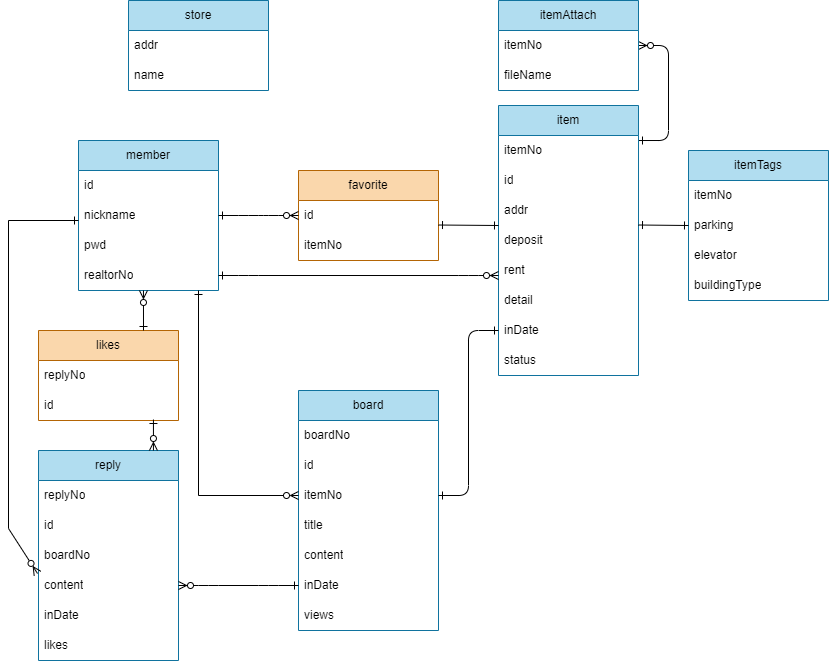
HwansooLee/WantedRoom keeps this draw.io diagram as Web_final/presentation/erd.png. Above is the earlier version. Source tidied: cells renumbered, new cells last; positions are measured from the earlier drawing's top-left corner, leaving out a move shared by most shapes.
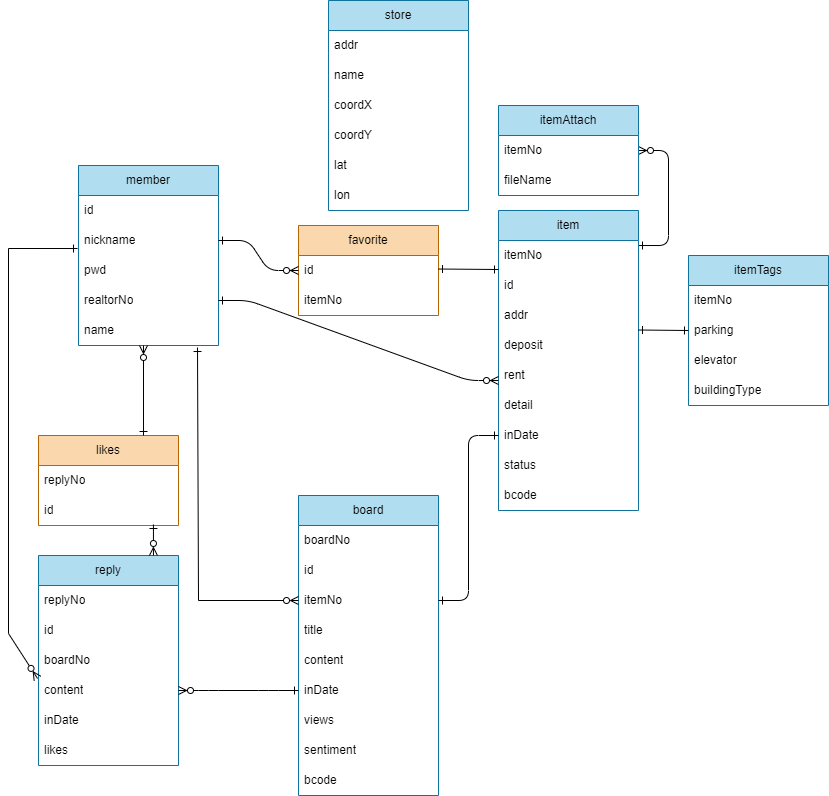
The same diagram one commit later.

The edit, as a diff of the source:
```diff
@@ -13,7 +13,7 @@
       </mxGeometry>
     </mxCell>
     <mxCell id="3" value="member" style="swimlane;fontStyle=0;horizontal=1;startSize=30;whiteSpace=wrap;html=1;fillColor=#b1ddf0;strokeColor=#10739e;" parent="1" vertex="1">
-      <mxGeometry x="87" y="140" width="140" height="150" as="geometry" />
+      <mxGeometry x="87" y="60" width="140" height="180" as="geometry" />
     </mxCell>
     <mxCell id="4" value="id" style="text;strokeColor=none;fillColor=none;align=left;verticalAlign=middle;spacingLeft=4;spacingRight=4;overflow=hidden;whiteSpace=wrap;html=1;" parent="3" vertex="1">
       <mxGeometry y="30" width="140" height="30" as="geometry" />
@@ -27,8 +27,11 @@
     <mxCell id="7" value="realtorNo" style="text;strokeColor=none;fillColor=none;align=left;verticalAlign=middle;spacingLeft=4;spacingRight=4;overflow=hidden;points=[[0,0.5],[1,0.5]];portConstraint=eastwest;whiteSpace=wrap;html=1;" parent="3" vertex="1">
       <mxGeometry y="120" width="140" height="30" as="geometry" />
     </mxCell>
+    <mxCell id="59" value="name" style="text;strokeColor=none;fillColor=none;align=left;verticalAlign=middle;spacingLeft=4;spacingRight=4;overflow=hidden;points=[[0,0.5],[1,0.5]];portConstraint=eastwest;whiteSpace=wrap;html=1;" parent="3" vertex="1">
+      <mxGeometry y="150" width="140" height="30" as="geometry" />
+    </mxCell>
     <mxCell id="8" value="item" style="swimlane;fontStyle=0;horizontal=1;startSize=30;whiteSpace=wrap;html=1;fillColor=#b1ddf0;strokeColor=#10739e;" parent="1" vertex="1">
-      <mxGeometry x="507" y="105" width="140" height="270" as="geometry" />
+      <mxGeometry x="507" y="105" width="140" height="300" as="geometry" />
     </mxCell>
     <mxCell id="9" value="itemNo" style="text;strokeColor=none;fillColor=none;align=left;verticalAlign=middle;spacingLeft=4;spacingRight=4;overflow=hidden;points=[[0,0.5],[1,0.5]];portConstraint=eastwest;whiteSpace=wrap;html=1;" parent="8" vertex="1">
       <mxGeometry y="30" width="140" height="30" as="geometry" />
@@ -54,6 +57,9 @@
     <mxCell id="16" value="status" style="text;strokeColor=none;fillColor=none;align=left;verticalAlign=middle;spacingLeft=4;spacingRight=4;overflow=hidden;whiteSpace=wrap;html=1;" parent="8" vertex="1">
       <mxGeometry y="240" width="140" height="30" as="geometry" />
     </mxCell>
+    <mxCell id="60" value="bcode" style="text;strokeColor=none;fillColor=none;align=left;verticalAlign=middle;spacingLeft=4;spacingRight=4;overflow=hidden;whiteSpace=wrap;html=1;" parent="8" vertex="1">
+      <mxGeometry y="270" width="140" height="30" as="geometry" />
+    </mxCell>
     <mxCell id="17" value="itemAttach" style="swimlane;fontStyle=0;horizontal=1;startSize=30;whiteSpace=wrap;html=1;fillColor=#b1ddf0;strokeColor=#10739e;" parent="1" vertex="1">
       <mxGeometry x="507" width="140" height="90" as="geometry" />
     </mxCell>
@@ -79,7 +85,7 @@
       <mxGeometry y="120" width="140" height="30" as="geometry" />
     </mxCell>
     <mxCell id="25" value="store" style="swimlane;fontStyle=0;horizontal=1;startSize=30;whiteSpace=wrap;html=1;fillColor=#b1ddf0;strokeColor=#10739e;" parent="1" vertex="1">
-      <mxGeometry x="137" width="140" height="90" as="geometry" />
+      <mxGeometry x="337" y="-105" width="140" height="210" as="geometry" />
     </mxCell>
     <mxCell id="26" value="addr" style="text;strokeColor=none;fillColor=none;align=left;verticalAlign=middle;spacingLeft=4;spacingRight=4;overflow=hidden;whiteSpace=wrap;html=1;" parent="25" vertex="1">
       <mxGeometry y="30" width="140" height="30" as="geometry" />
@@ -87,8 +93,20 @@
     <mxCell id="27" value="name" style="text;strokeColor=none;fillColor=none;align=left;verticalAlign=middle;spacingLeft=4;spacingRight=4;overflow=hidden;whiteSpace=wrap;html=1;" parent="25" vertex="1">
       <mxGeometry y="60" width="140" height="30" as="geometry" />
     </mxCell>
+    <mxCell id="61" value="coordX" style="text;strokeColor=none;fillColor=none;align=left;verticalAlign=middle;spacingLeft=4;spacingRight=4;overflow=hidden;whiteSpace=wrap;html=1;" parent="25" vertex="1">
+      <mxGeometry y="90" width="140" height="30" as="geometry" />
+    </mxCell>
+    <mxCell id="62" value="coordY" style="text;strokeColor=none;fillColor=none;align=left;verticalAlign=middle;spacingLeft=4;spacingRight=4;overflow=hidden;whiteSpace=wrap;html=1;" parent="25" vertex="1">
+      <mxGeometry y="120" width="140" height="30" as="geometry" />
+    </mxCell>
+    <mxCell id="63" value="lat" style="text;strokeColor=none;fillColor=none;align=left;verticalAlign=middle;spacingLeft=4;spacingRight=4;overflow=hidden;whiteSpace=wrap;html=1;" parent="25" vertex="1">
+      <mxGeometry y="150" width="140" height="30" as="geometry" />
+    </mxCell>
+    <mxCell id="64" value="lon" style="text;strokeColor=none;fillColor=none;align=left;verticalAlign=middle;spacingLeft=4;spacingRight=4;overflow=hidden;whiteSpace=wrap;html=1;" parent="25" vertex="1">
+      <mxGeometry y="180" width="140" height="30" as="geometry" />
+    </mxCell>
     <mxCell id="28" value="board" style="swimlane;fontStyle=0;horizontal=1;startSize=30;whiteSpace=wrap;html=1;fillColor=#b1ddf0;strokeColor=#10739e;" parent="1" vertex="1">
-      <mxGeometry x="307" y="390" width="140" height="240" as="geometry" />
+      <mxGeometry x="307" y="390" width="140" height="300" as="geometry" />
     </mxCell>
     <mxCell id="29" value="boardNo" style="text;strokeColor=none;fillColor=none;align=left;verticalAlign=middle;spacingLeft=4;spacingRight=4;overflow=hidden;whiteSpace=wrap;html=1;" parent="28" vertex="1">
       <mxGeometry y="30" width="140" height="30" as="geometry" />
@@ -111,6 +129,12 @@
     <mxCell id="35" value="views" style="text;strokeColor=none;fillColor=none;align=left;verticalAlign=middle;spacingLeft=4;spacingRight=4;overflow=hidden;whiteSpace=wrap;html=1;" parent="28" vertex="1">
       <mxGeometry y="210" width="140" height="30" as="geometry" />
     </mxCell>
+    <mxCell id="65" value="sentiment" style="text;strokeColor=none;fillColor=none;align=left;verticalAlign=middle;spacingLeft=4;spacingRight=4;overflow=hidden;whiteSpace=wrap;html=1;" parent="28" vertex="1">
+      <mxGeometry y="240" width="140" height="30" as="geometry" />
+    </mxCell>
+    <mxCell id="66" value="bcode" style="text;strokeColor=none;fillColor=none;align=left;verticalAlign=middle;spacingLeft=4;spacingRight=4;overflow=hidden;whiteSpace=wrap;html=1;" parent="28" vertex="1">
+      <mxGeometry y="270" width="140" height="30" as="geometry" />
+    </mxCell>
     <mxCell id="36" value="reply" style="swimlane;fontStyle=0;horizontal=1;startSize=30;whiteSpace=wrap;html=1;fillColor=#b1ddf0;strokeColor=#10739e;" parent="1" vertex="1">
       <mxGeometry x="47" y="450" width="140" height="210" as="geometry" />
     </mxCell>
@@ -133,7 +157,7 @@
       <mxGeometry y="180" width="140" height="30" as="geometry" />
     </mxCell>
     <mxCell id="43" value="favorite" style="swimlane;fontStyle=0;horizontal=1;startSize=30;whiteSpace=wrap;html=1;fillColor=#fad7ac;strokeColor=#b46504;" parent="1" vertex="1">
-      <mxGeometry x="307" y="170" width="140" height="90" as="geometry" />
+      <mxGeometry x="307" y="120" width="140" height="90" as="geometry" />
     </mxCell>
     <mxCell id="44" value="id" style="text;strokeColor=none;fillColor=none;align=left;verticalAlign=middle;spacingLeft=4;spacingRight=4;overflow=hidden;points=[[0,0.5],[1,0.5]];portConstraint=eastwest;whiteSpace=wrap;html=1;" parent="43" vertex="1">
       <mxGeometry y="30" width="140" height="30" as="geometry" />
@@ -152,6 +176,9 @@
       <mxGeometry relative="1" as="geometry">
         <Array as="points">
           <mxPoint x="237" y="325" />
+          <mxPoint x="347" y="280" />
+          <mxPoint x="357" y="275" />
+          <mxPoint x="347" y="270" />
         </Array>
       </mxGeometry>
     </mxCell>
@@ -169,24 +196,22 @@
         </Array>
       </mxGeometry>
     </mxCell>
-    <mxCell id="50" style="endArrow=ERone;html=1;rounded=0;exitX=-0.007;exitY=0.1;exitDx=0;exitDy=0;exitPerimeter=0;startArrow=ERzeroToMany;startFill=0;endFill=0;" parent="1" edge="1" source="40">
+    <mxCell id="50" style="endArrow=ERone;html=1;rounded=0;exitX=-0.007;exitY=0.1;exitDx=0;exitDy=0;exitPerimeter=0;startArrow=ERzeroToMany;startFill=0;endFill=0;entryX=-0.007;entryY=0.767;entryDx=0;entryDy=0;entryPerimeter=0;" parent="1" edge="1" source="40" target="5">
       <mxGeometry relative="1" as="geometry">
-        <mxPoint x="87" y="220" as="targetPoint" />
         <Array as="points">
           <mxPoint x="17" y="528" />
-          <mxPoint x="17" y="220" />
+          <mxPoint x="17" y="143" />
         </Array>
       </mxGeometry>
     </mxCell>
     <mxCell id="51" style="endArrow=ERone;html=1;rounded=0;exitX=1;exitY=0.667;exitDx=0;exitDy=0;exitPerimeter=0;startArrow=ERone;startFill=0;endFill=0;" parent="1" edge="1">
       <mxGeometry relative="1" as="geometry">
-        <mxPoint x="447" y="224.5" as="sourcePoint" />
-        <mxPoint x="507" y="225" as="targetPoint" />
+        <mxPoint x="447" y="163.5" as="sourcePoint" />
+        <mxPoint x="507" y="164" as="targetPoint" />
       </mxGeometry>
     </mxCell>
-    <mxCell id="52" style="endArrow=ERone;html=1;rounded=0;exitX=0;exitY=0.5;exitDx=0;exitDy=0;startArrow=ERzeroToMany;startFill=0;endFill=0;" parent="1" edge="1" source="31">
+    <mxCell id="52" style="endArrow=ERone;html=1;rounded=0;exitX=0;exitY=0.5;exitDx=0;exitDy=0;startArrow=ERzeroToMany;startFill=0;endFill=0;entryX=0.85;entryY=1.067;entryDx=0;entryDy=0;entryPerimeter=0;" parent="1" edge="1" source="31" target="59">
       <mxGeometry relative="1" as="geometry">
-        <mxPoint x="207" y="290" as="targetPoint" />
         <Array as="points">
           <mxPoint x="207" y="495" />
         </Array>
@@ -207,8 +232,10 @@
     <mxCell id="56" value="id" style="text;strokeColor=none;fillColor=none;align=left;verticalAlign=middle;spacingLeft=4;spacingRight=4;overflow=hidden;points=[[0,0.5],[1,0.5]];portConstraint=eastwest;whiteSpace=wrap;html=1;" parent="54" vertex="1">
       <mxGeometry y="60" width="140" height="30" as="geometry" />
     </mxCell>
-    <mxCell id="57" style="endArrow=ERzeroToMany;html=1;rounded=0;exitX=0.75;exitY=0;exitDx=0;exitDy=0;startArrow=ERone;startFill=0;endFill=0;entryX=0.464;entryY=1;entryDx=0;entryDy=0;entryPerimeter=0;" parent="1" edge="1" source="54" target="7">
-      <mxGeometry relative="1" as="geometry" />
+    <mxCell id="57" style="endArrow=ERzeroToMany;html=1;rounded=0;exitX=0.75;exitY=0;exitDx=0;exitDy=0;startArrow=ERone;startFill=0;endFill=0;" parent="1" edge="1" source="54">
+      <mxGeometry relative="1" as="geometry">
+        <mxPoint x="152" y="240" as="targetPoint" />
+      </mxGeometry>
     </mxCell>
     <mxCell id="58" style="endArrow=ERone;html=1;rounded=0;exitX=0.821;exitY=0;exitDx=0;exitDy=0;startArrow=ERzeroToMany;startFill=0;endFill=0;entryX=0.821;entryY=0.967;entryDx=0;entryDy=0;entryPerimeter=0;exitPerimeter=0;" parent="1" edge="1" source="36" target="56">
       <mxGeometry relative="1" as="geometry" />
```
